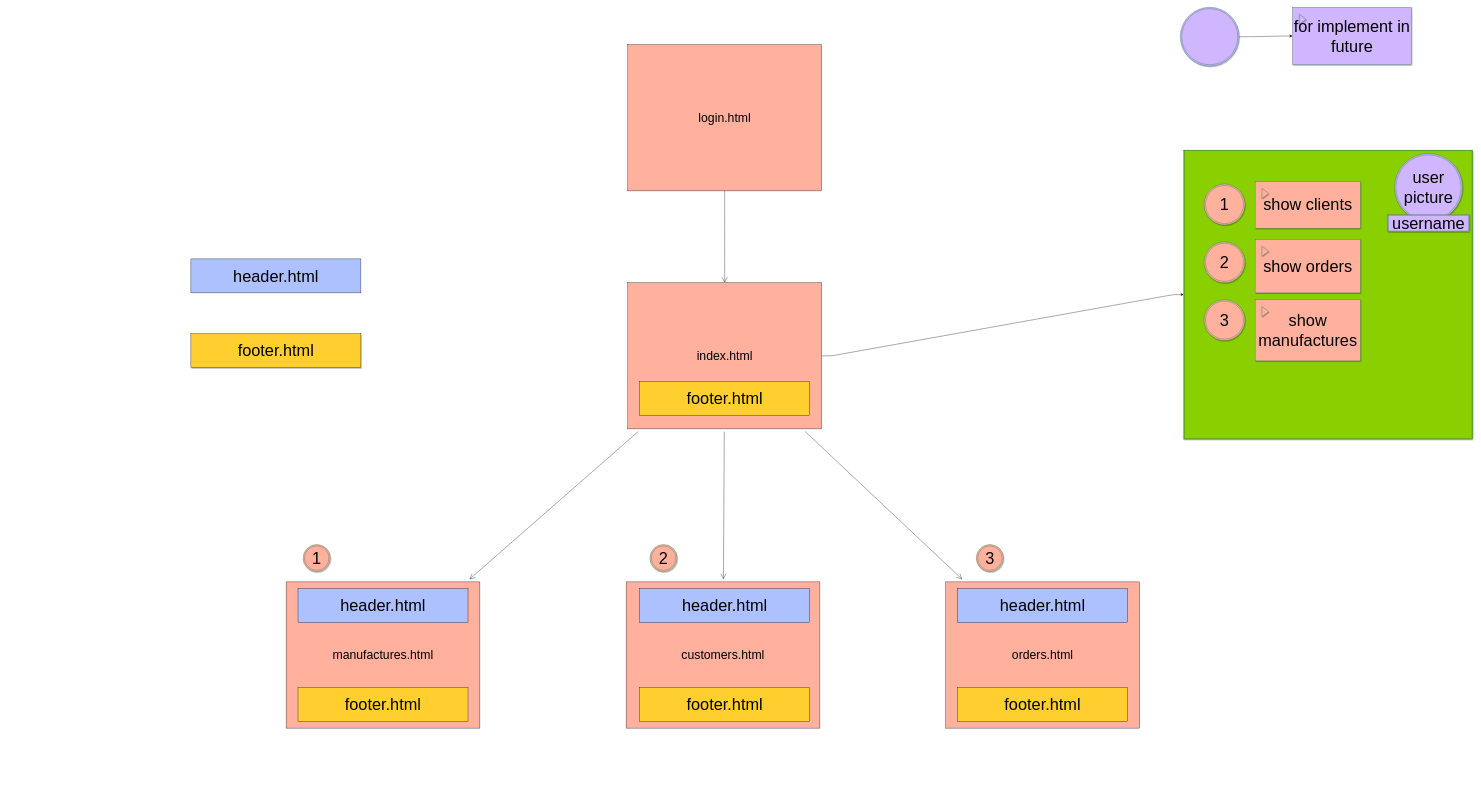
This is esquema.drawio from DarthKenar/ElCanarioRegionales, a draw.io file, before an edit. Source tidied: cells renumbered, new cells numbered last; positions are measured from the earlier drawing's top-left corner, leaving out a move shared by most shapes. Both pictures are drawn from the tidied source at 34%, with x=0, y=0 at pixel (191, 7).
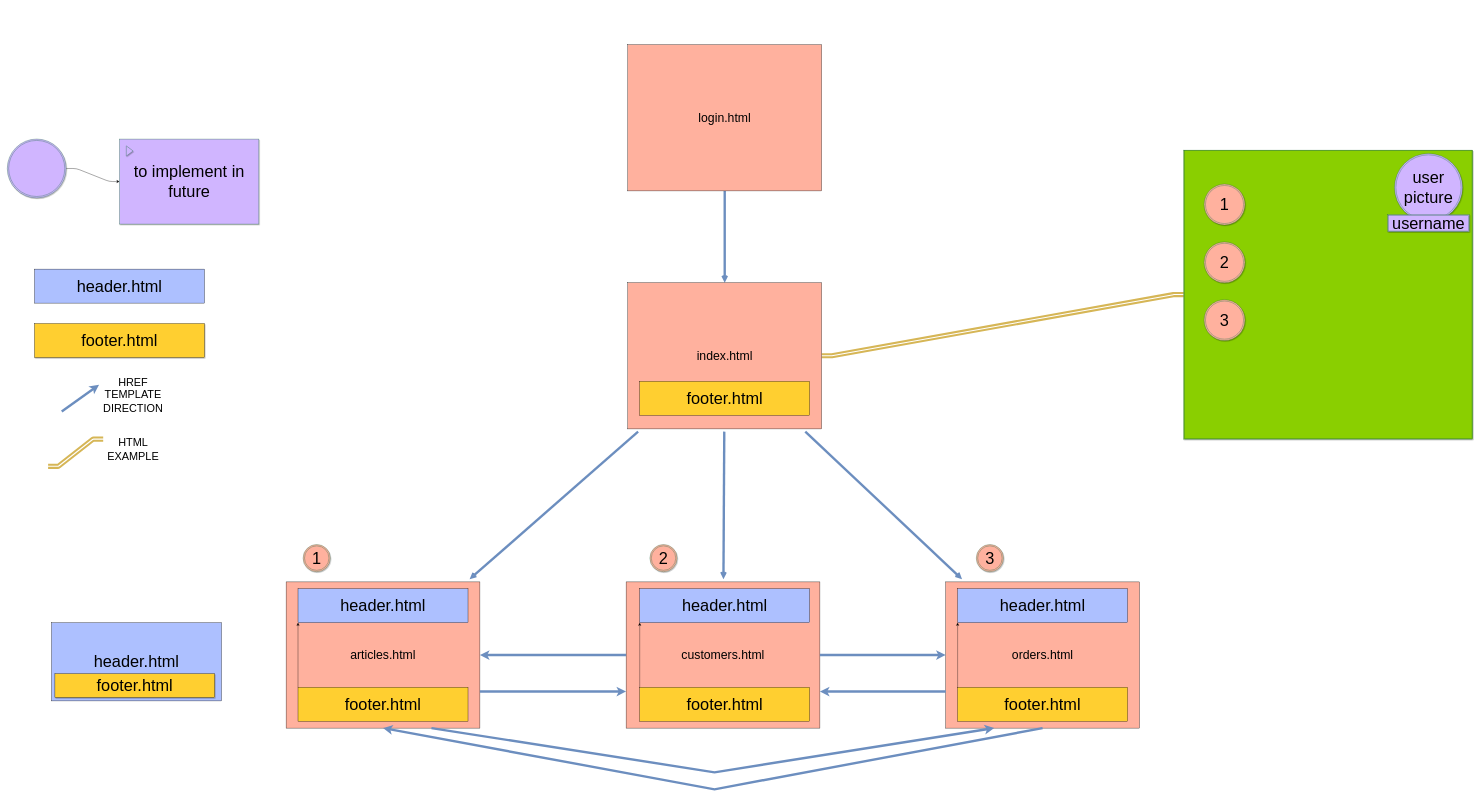
Above is the later version.

The change refers to these unchanged cells:
```xml
<mxCell id="3" value="&lt;font style=&quot;font-size: 36px;&quot;&gt;login.html&lt;/font&gt;" style="rounded=0;whiteSpace=wrap;html=1;fillColor=#FFB19E;" parent="1" vertex="1">
  <mxGeometry x="1285" y="110" width="570" height="430" as="geometry" />
</mxCell>
<mxCell id="10" style="shape=ext;double=1;whiteSpace=wrap;html=1;shadow=1;strokeColor=#206E47;fontSize=48;fillColor=#8ACF00;" parent="1" vertex="1">
  <mxGeometry x="2920" y="420" width="850" height="850" as="geometry" />
</mxCell>
<mxCell id="12" value="&lt;font style=&quot;font-size: 36px;&quot;&gt;index.html&lt;/font&gt;" style="rounded=0;whiteSpace=wrap;html=1;fillColor=#FFB19E;" parent="11" vertex="1">
  <mxGeometry width="570" height="430" as="geometry" />
</mxCell>
<mxCell id="14" style="group;" parent="1" vertex="1">
  <mxGeometry x="2220" y="1690" width="570" height="430" as="geometry" />
</mxCell>
<mxCell id="15" value="&lt;font style=&quot;font-size: 36px;&quot;&gt;orders.html&lt;br&gt;&lt;/font&gt;" style="rounded=0;whiteSpace=wrap;html=1;fontSize=36;fillColor=#FFB19E;" parent="14" vertex="1">
  <mxGeometry width="570" height="430" as="geometry" />
</mxCell>
<mxCell id="16" value="&lt;font style=&quot;font-size: 48px;&quot;&gt;header.html&lt;/font&gt;" style="rounded=0;whiteSpace=wrap;html=1;fillColor=#ADC0FF;" parent="14" vertex="1">
  <mxGeometry x="35" y="20" width="500" height="100" as="geometry" />
</mxCell>
<mxCell id="17" value="&lt;font style=&quot;font-size: 48px;&quot;&gt;footer.html&lt;/font&gt;" style="rounded=0;whiteSpace=wrap;html=1;fillColor=#FFCF30;" parent="14" vertex="1">
  <mxGeometry x="35" y="310" width="500" height="100" as="geometry" />
</mxCell>
<mxCell id="18" style="group;" parent="1" vertex="1">
  <mxGeometry x="1280" y="1690" width="570" height="430" as="geometry" />
</mxCell>
<mxCell id="19" value="customers.html" style="rounded=0;whiteSpace=wrap;html=1;fontSize=36;fillColor=#FFB19E;" parent="18" vertex="1">
  <mxGeometry width="570" height="430" as="geometry" />
</mxCell>
<mxCell id="20" value="&lt;font style=&quot;font-size: 48px;&quot;&gt;header.html&lt;/font&gt;" style="rounded=0;whiteSpace=wrap;html=1;fillColor=#ADC0FF;" parent="18" vertex="1">
  <mxGeometry x="40" y="20" width="500" height="100" as="geometry" />
</mxCell>
<mxCell id="21" value="&lt;font style=&quot;font-size: 48px;&quot;&gt;footer.html&lt;/font&gt;" style="rounded=0;whiteSpace=wrap;html=1;fillColor=#FFCF30;" parent="18" vertex="1">
  <mxGeometry x="40" y="310" width="500" height="100" as="geometry" />
</mxCell>
<mxCell id="22" style="group;" parent="1" vertex="1">
  <mxGeometry x="280" y="1690" width="570" height="430" as="geometry" />
</mxCell>
<mxCell id="24" value="&lt;font style=&quot;font-size: 48px;&quot;&gt;header.html&lt;/font&gt;" style="rounded=0;whiteSpace=wrap;html=1;fillColor=#ADC0FF;" parent="22" vertex="1">
  <mxGeometry x="35" y="20" width="500" height="100" as="geometry" />
</mxCell>
<mxCell id="25" value="&lt;font style=&quot;font-size: 48px;&quot;&gt;footer.html&lt;/font&gt;" style="rounded=0;whiteSpace=wrap;html=1;fillColor=#FFCF30;" parent="22" vertex="1">
  <mxGeometry x="35" y="310" width="500" height="100" as="geometry" />
</mxCell>
```

The edit, as a diff of the source:
```diff
@@
-    <mxCell id="2" style="edgeStyle=none;curved=1;rounded=0;jettySize=auto;html=1;exitX=0.5;exitY=1;exitDx=0;exitDy=0;entryX=0.5;entryY=0;entryDx=0;entryDy=0;fontSize=36;endArrow=open;startSize=14;endSize=14;sourcePerimeterSpacing=8;targetPerimeterSpacing=8;" parent="1" edge="1" source="3" target="12">
+    <mxCell id="2" style="rounded=0;jettySize=auto;html=1;exitX=0.5;exitY=1;exitDx=0;exitDy=0;entryX=0.5;entryY=0;entryDx=0;entryDy=0;fontSize=36;endArrow=open;sourcePerimeterSpacing=8;targetPerimeterSpacing=8;fillColor=#dae8fc;strokeColor=#6c8ebf;strokeWidth=7;" parent="1" edge="1" source="3" target="12">
       <mxGeometry relative="1" as="geometry" />
     </mxCell>
@@
-    <mxCell id="4" style="edgeStyle=none;curved=1;rounded=0;jettySize=auto;html=1;fontSize=36;endArrow=open;startSize=14;endSize=14;sourcePerimeterSpacing=8;targetPerimeterSpacing=8;" parent="1" edge="1" source="12" target="23">
+    <mxCell id="4" style="rounded=0;jettySize=auto;html=1;fontSize=36;endArrow=open;sourcePerimeterSpacing=8;targetPerimeterSpacing=8;fillColor=#dae8fc;strokeColor=#6c8ebf;strokeWidth=7;" parent="1" edge="1" source="12" target="23">
       <mxGeometry relative="1" as="geometry" />
     </mxCell>
-    <mxCell id="5" style="edgeStyle=none;curved=1;rounded=0;jettySize=auto;html=1;fontSize=36;endArrow=open;startSize=14;endSize=14;sourcePerimeterSpacing=8;targetPerimeterSpacing=8;" parent="1" edge="1" source="12" target="19">
+    <mxCell id="5" style="rounded=0;jettySize=auto;html=1;fontSize=36;endArrow=open;sourcePerimeterSpacing=8;targetPerimeterSpacing=8;fillColor=#dae8fc;strokeColor=#6c8ebf;strokeWidth=7;" parent="1" edge="1" source="12" target="19">
       <mxGeometry relative="1" as="geometry" />
     </mxCell>
-    <mxCell id="6" style="edgeStyle=none;curved=1;rounded=0;jettySize=auto;html=1;fontSize=36;endArrow=open;startSize=14;endSize=14;sourcePerimeterSpacing=8;targetPerimeterSpacing=8;" parent="1" edge="1" source="12" target="15">
+    <mxCell id="6" style="rounded=0;jettySize=auto;html=1;fontSize=36;endArrow=open;sourcePerimeterSpacing=8;targetPerimeterSpacing=8;fillColor=#dae8fc;strokeColor=#6c8ebf;strokeWidth=7;" parent="1" edge="1" source="12" target="15">
       <mxGeometry relative="1" as="geometry" />
     </mxCell>
-    <mxCell id="7" style="edgeStyle=entityRelationEdgeStyle;html=1;exitX=1;exitY=0.5;exitDx=0;exitDy=0;entryX=0;entryY=0.5;entryDx=0;entryDy=0;fontSize=48;elbow=vertical;strokeColor=#000000;" parent="1" edge="1" source="12" target="10">
+    <mxCell id="7" style="edgeStyle=entityRelationEdgeStyle;html=1;exitX=1;exitY=0.5;exitDx=0;exitDy=0;entryX=0;entryY=0.5;entryDx=0;entryDy=0;fontSize=48;elbow=vertical;strokeColor=#d6b656;fillColor=#fff2cc;strokeWidth=6;endArrow=oval;endFill=1;startArrow=diamondThin;startFill=1;shape=link;" parent="1" edge="1" source="12" target="10">
       <mxGeometry relative="1" as="geometry" />
     </mxCell>
     <mxCell id="8" value="&lt;font style=&quot;font-size: 48px;&quot;&gt;header.html&lt;/font&gt;" style="rounded=0;whiteSpace=wrap;html=1;fillColor=#ADC0FF;" parent="1" vertex="1">
-      <mxGeometry y="740" width="500" height="100" as="geometry" />
+      <mxGeometry x="-460" y="770" width="500" height="100" as="geometry" />
     </mxCell>
     <mxCell id="9" value="&lt;font style=&quot;font-size: 48px;&quot;&gt;footer.html&lt;/font&gt;" style="rounded=0;whiteSpace=wrap;html=1;shadow=1;fillColor=#FFCF30;" parent="1" vertex="1">
-      <mxGeometry y="960" width="500" height="100" as="geometry" />
+      <mxGeometry x="-460" y="930" width="500" height="100" as="geometry" />
     </mxCell>
@@
+    <mxCell id="44" style="edgeStyle=none;html=1;exitX=0;exitY=0;exitDx=0;exitDy=0;entryX=0;entryY=1;entryDx=0;entryDy=0;" parent="14" edge="1" source="17" target="16">
+      <mxGeometry relative="1" as="geometry" />
+    </mxCell>
@@
+    <mxCell id="45" style="edgeStyle=none;html=1;exitX=0;exitY=0;exitDx=0;exitDy=0;entryX=0;entryY=1;entryDx=0;entryDy=0;" parent="18" edge="1" source="21" target="20">
+      <mxGeometry relative="1" as="geometry" />
+    </mxCell>
@@
-    <mxCell id="23" value="manufactures.html" style="rounded=0;whiteSpace=wrap;html=1;fontSize=36;fillColor=#FFB19E;" parent="22" vertex="1">
+    <mxCell id="23" value="articles.html" style="rounded=0;whiteSpace=wrap;html=1;fontSize=36;fillColor=#FFB19E;" parent="22" vertex="1">
       <mxGeometry width="570" height="430" as="geometry" />
     </mxCell>
@@
+    <mxCell id="46" style="edgeStyle=none;html=1;exitX=0;exitY=0;exitDx=0;exitDy=0;entryX=0;entryY=1;entryDx=0;entryDy=0;" parent="22" edge="1" source="25" target="24">
+      <mxGeometry relative="1" as="geometry" />
+    </mxCell>
@@
-    <mxCell id="32" value="show clients" style="html=1;whiteSpace=wrap;shadow=1;strokeColor=#206E47;fontSize=48;fillColor=#FFB19E;" parent="1" vertex="1">
-      <mxGeometry x="3130" y="512.5" width="310" height="137.5" as="geometry" />
-    </mxCell>
-    <mxCell id="33" style="triangle;html=1;whiteSpace=wrap;shadow=1;strokeColor=#206E47;fontSize=48;fillColor=#FFB19E;" parent="32" vertex="1">
-      <mxGeometry x="20" y="20" width="20" height="30" as="geometry" />
-    </mxCell>
-    <mxCell id="34" value="show orders" style="html=1;whiteSpace=wrap;shadow=1;strokeColor=#206E47;fontSize=48;fillColor=#FFB19E;" parent="1" vertex="1">
-      <mxGeometry x="3130" y="682.5" width="310" height="157.5" as="geometry" />
-    </mxCell>
-    <mxCell id="35" style="triangle;html=1;whiteSpace=wrap;shadow=1;strokeColor=#206E47;fontSize=48;fillColor=#FFB19E;" parent="34" vertex="1">
-      <mxGeometry x="20" y="20" width="20" height="30" as="geometry" />
-    </mxCell>
-    <mxCell id="36" value="show manufactures" style="html=1;whiteSpace=wrap;shadow=1;strokeColor=#206E47;fontSize=48;fillColor=#FFB19E;" parent="1" vertex="1">
-      <mxGeometry x="3130" y="860" width="310" height="180" as="geometry" />
-    </mxCell>
-    <mxCell id="37" style="triangle;html=1;whiteSpace=wrap;shadow=1;strokeColor=#206E47;fontSize=48;fillColor=#FFB19E;" parent="36" vertex="1">
-      <mxGeometry x="20" y="20" width="20" height="30" as="geometry" />
-    </mxCell>
@@
     <mxCell id="41" style="ellipse;shape=doubleEllipse;whiteSpace=wrap;html=1;shadow=1;strokeColor=#206E47;fontSize=48;fillColor=#D0B5FF;" parent="1" vertex="1">
-      <mxGeometry x="2910" width="173" height="173" as="geometry" />
+      <mxGeometry x="-540" y="387.5" width="173" height="173" as="geometry" />
     </mxCell>
-    <mxCell id="42" value="for implement in future" style="html=1;whiteSpace=wrap;shadow=1;strokeColor=#206E47;fontSize=48;fillColor=#D0B5FF;" parent="1" vertex="1">
-      <mxGeometry x="3240" width="350" height="169" as="geometry" />
+    <mxCell id="42" value="to implement in future" style="html=1;whiteSpace=wrap;shadow=1;strokeColor=#206E47;fontSize=48;fillColor=#D0B5FF;" parent="1" vertex="1">
+      <mxGeometry x="-210" y="387.5" width="410" height="250" as="geometry" />
     </mxCell>
@@
+    <mxCell id="47" style="rounded=0;jettySize=auto;html=1;exitX=1;exitY=0.75;exitDx=0;exitDy=0;entryX=0;entryY=0.75;entryDx=0;entryDy=0;endArrow=classic;endFill=0;strokeWidth=7;fillColor=#dae8fc;strokeColor=#6c8ebf;" parent="1" edge="1" source="23" target="19">
+      <mxGeometry relative="1" as="geometry" />
+    </mxCell>
+    <mxCell id="48" style="rounded=0;jettySize=auto;html=1;exitX=0;exitY=0.5;exitDx=0;exitDy=0;entryX=1;entryY=0.5;entryDx=0;entryDy=0;endArrow=classic;endFill=0;strokeWidth=7;fillColor=#dae8fc;strokeColor=#6c8ebf;" parent="1" edge="1" source="19" target="23">
+      <mxGeometry relative="1" as="geometry" />
+    </mxCell>
+    <mxCell id="49" style="rounded=0;jettySize=auto;html=1;exitX=0;exitY=0.75;exitDx=0;exitDy=0;endArrow=classic;endFill=0;strokeWidth=7;entryX=1;entryY=0.75;entryDx=0;entryDy=0;fillColor=#dae8fc;strokeColor=#6c8ebf;" parent="1" edge="1" source="15" target="19">
+      <mxGeometry relative="1" as="geometry" />
+    </mxCell>
+    <mxCell id="50" style="rounded=0;jettySize=auto;html=1;exitX=1;exitY=0.5;exitDx=0;exitDy=0;endArrow=classic;endFill=0;strokeWidth=7;entryX=0;entryY=0.5;entryDx=0;entryDy=0;fillColor=#dae8fc;strokeColor=#6c8ebf;" parent="1" edge="1" source="19" target="15">
+      <mxGeometry relative="1" as="geometry" />
+    </mxCell>
+    <mxCell id="51" style="rounded=0;jettySize=auto;html=1;exitX=0.75;exitY=1;exitDx=0;exitDy=0;endArrow=classic;endFill=0;strokeWidth=7;entryX=0.25;entryY=1;entryDx=0;entryDy=0;fillColor=#dae8fc;strokeColor=#6c8ebf;" parent="1" edge="1" source="23" target="15">
+      <mxGeometry relative="1" as="geometry">
+        <Array as="points">
+          <mxPoint x="1540" y="2250" />
+        </Array>
+      </mxGeometry>
+    </mxCell>
+    <mxCell id="52" style="rounded=0;jettySize=auto;html=1;exitX=0.5;exitY=1;exitDx=0;exitDy=0;endArrow=classic;endFill=0;strokeWidth=7;entryX=0.5;entryY=1;entryDx=0;entryDy=0;fillColor=#dae8fc;strokeColor=#6c8ebf;" parent="1" edge="1" source="15" target="23">
+      <mxGeometry relative="1" as="geometry">
+        <Array as="points">
+          <mxPoint x="1540" y="2300" />
+        </Array>
+      </mxGeometry>
+    </mxCell>
+    <mxCell id="53" style="rounded=0;orthogonalLoop=1;jettySize=auto;html=1;exitX=1;exitY=0.75;exitDx=0;exitDy=0;endArrow=classic;endFill=0;strokeWidth=7;fillColor=#dae8fc;strokeColor=#6c8ebf;" parent="1" edge="1">
+      <mxGeometry relative="1" as="geometry">
+        <mxPoint x="-380" y="1189" as="sourcePoint" />
+        <mxPoint x="-270" y="1110" as="targetPoint" />
+      </mxGeometry>
+    </mxCell>
+    <mxCell id="54" value="&lt;span style=&quot;font-size: 32px&quot;&gt;HREF TEMPLATE DIRECTION&lt;/span&gt;" style="text;html=1;strokeColor=none;fillColor=none;align=center;verticalAlign=middle;whiteSpace=wrap;rounded=0;" parent="1" vertex="1">
+      <mxGeometry x="-245" y="1090" width="150" height="100" as="geometry" />
+    </mxCell>
+    <mxCell id="55" style="edgeStyle=entityRelationEdgeStyle;html=1;exitX=1;exitY=0.5;exitDx=0;exitDy=0;fontSize=48;elbow=vertical;strokeColor=#d6b656;fillColor=#fff2cc;strokeWidth=6;endArrow=oval;endFill=1;startArrow=diamondThin;startFill=1;shape=link;width=4.2857142857142865;" parent="1" edge="1">
+      <mxGeometry relative="1" as="geometry">
+        <mxPoint x="-420" y="1350" as="sourcePoint" />
+        <mxPoint x="-258" y="1270" as="targetPoint" />
+      </mxGeometry>
+    </mxCell>
+    <mxCell id="56" value="&lt;span style=&quot;font-size: 32px&quot;&gt;HTML EXAMPLE&lt;/span&gt;" style="text;html=1;strokeColor=none;fillColor=none;align=center;verticalAlign=middle;whiteSpace=wrap;rounded=0;" parent="1" vertex="1">
+      <mxGeometry x="-245" y="1250" width="150" height="100" as="geometry" />
+    </mxCell>
+    <mxCell id="57" style="group;" parent="1" vertex="1">
+      <mxGeometry x="-410" y="1810" width="500" height="230" as="geometry" />
+    </mxCell>
+    <mxCell id="58" value="&lt;font style=&quot;font-size: 48px;&quot;&gt;header.html&lt;/font&gt;" style="rounded=0;whiteSpace=wrap;html=1;fillColor=#ADC0FF;" parent="57" vertex="1">
+      <mxGeometry width="500" height="230" as="geometry" />
+    </mxCell>
+    <mxCell id="59" value="&lt;font style=&quot;font-size: 48px;&quot;&gt;footer.html&lt;/font&gt;" style="rounded=0;whiteSpace=wrap;html=1;shadow=1;fillColor=#FFCF30;" parent="57" vertex="1">
+      <mxGeometry x="10" y="150" width="470" height="70" as="geometry" />
+    </mxCell>
```
